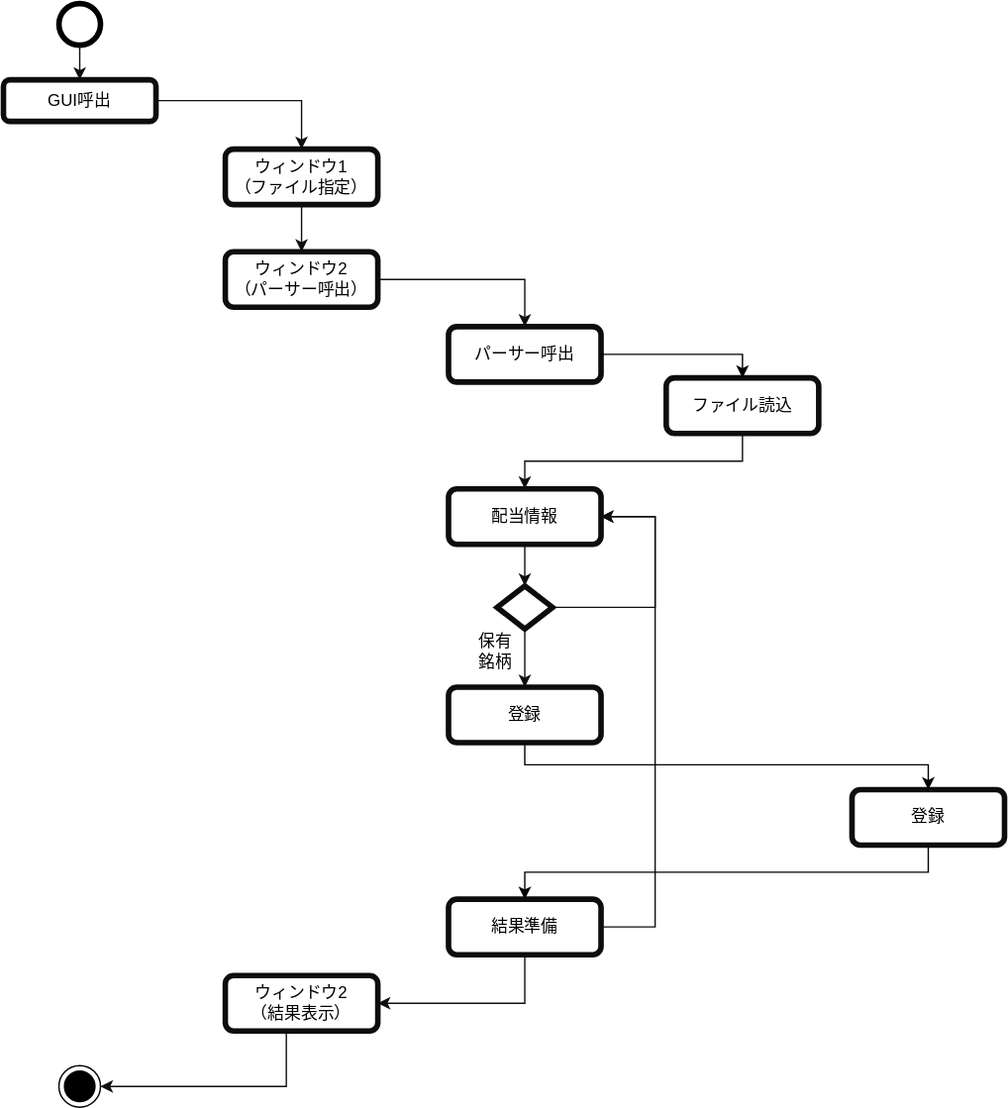
Earlier version of the draw.io export client/docs/activity.drawio.svg (of3jlmssoo/djangorest-simple-app). Source tidied: cells renumbered, new cells last; positions are measured from the earlier drawing's top-left corner, leaving out a move shared by most shapes.
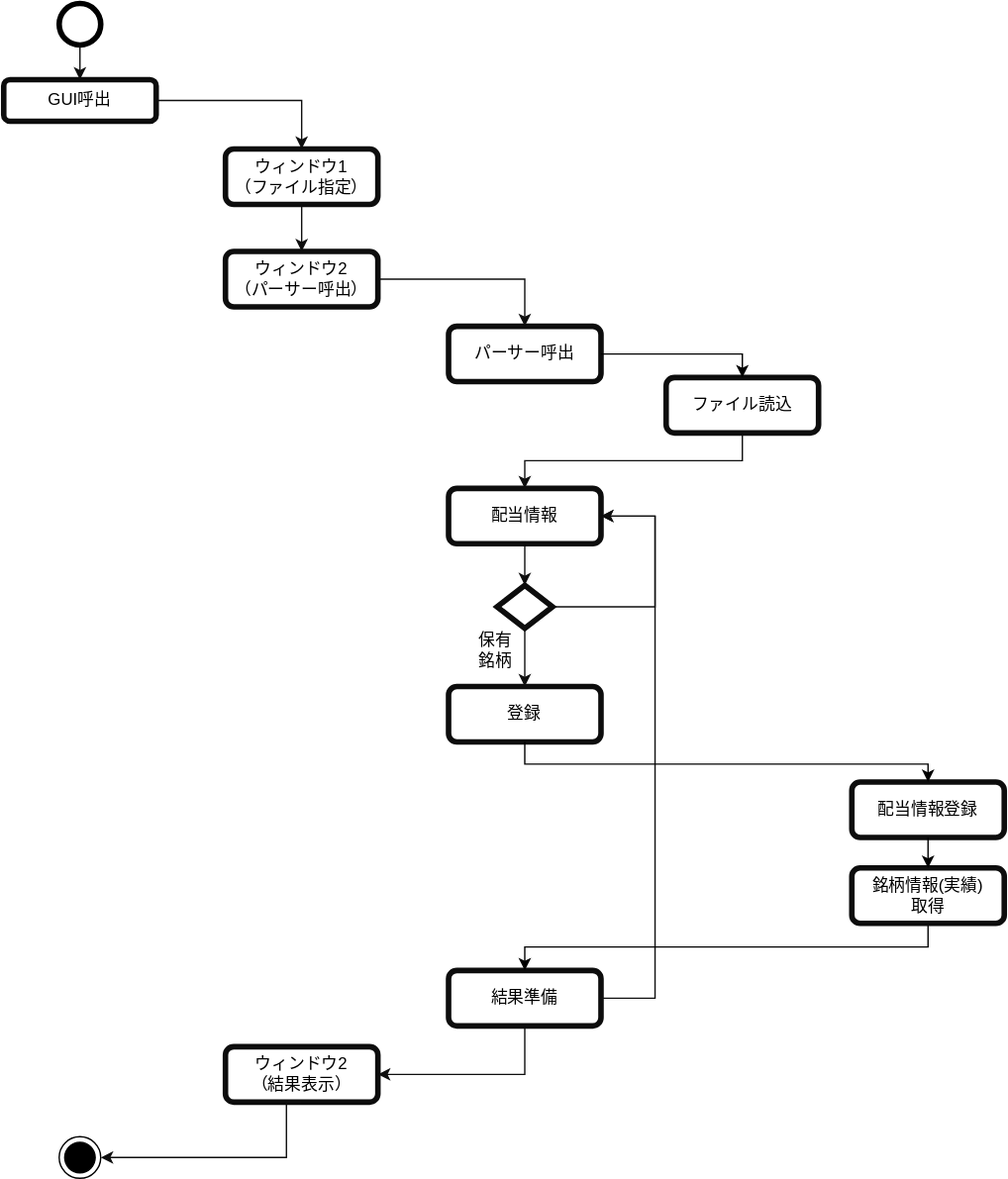
The same file after the commit.

Diff of the diagram source:
```diff
@@ -60,25 +60,25 @@
       </mxGeometry>
     </mxCell>
     <mxCell id="18" value="結果準備" style="rounded=1;whiteSpace=wrap;html=1;strokeColor=#0D0D0D;strokeWidth=4;fillColor=none;fontColor=#000000;" parent="1" vertex="1">
-      <mxGeometry x="321" y="646" width="110" height="40" as="geometry" />
+      <mxGeometry x="321" y="698" width="110" height="40" as="geometry" />
     </mxCell>
     <mxCell id="19" value="ウィンドウ2&lt;br&gt;（結果表示）" style="rounded=1;whiteSpace=wrap;html=1;strokeColor=#0D0D0D;strokeWidth=4;fillColor=none;fontColor=#000000;" parent="1" vertex="1">
-      <mxGeometry x="160" y="701" width="110" height="40" as="geometry" />
+      <mxGeometry x="160" y="753" width="110" height="40" as="geometry" />
     </mxCell>
     <mxCell id="20" style="edgeStyle=orthogonalEdgeStyle;rounded=0;jettySize=auto;html=1;fontColor=#000000;strokeColor=#0F0F0F;exitX=0.5;exitY=1;exitDx=0;exitDy=0;entryX=1;entryY=0.5;entryDx=0;entryDy=0;" parent="1" edge="1" source="18" target="19">
       <mxGeometry relative="1" as="geometry">
         <Array as="points">
-          <mxPoint x="376" y="721" />
+          <mxPoint x="376" y="773" />
         </Array>
       </mxGeometry>
     </mxCell>
     <mxCell id="21" style="ellipse;html=1;shape=endState;fillColor=#000000;strokeColor=#000000;fontColor=#000000;" parent="1" vertex="1">
-      <mxGeometry x="40" y="766" width="30" height="30" as="geometry" />
+      <mxGeometry x="40" y="818" width="30" height="30" as="geometry" />
     </mxCell>
     <mxCell id="22" style="edgeStyle=orthogonalEdgeStyle;rounded=0;jettySize=auto;html=1;fontColor=#000000;strokeColor=#0F0F0F;exitX=0.5;exitY=1;exitDx=0;exitDy=0;entryX=1;entryY=0.5;entryDx=0;entryDy=0;" parent="1" edge="1" source="19" target="21">
       <mxGeometry relative="1" as="geometry">
         <Array as="points">
-          <mxPoint x="204" y="781" />
+          <mxPoint x="204" y="833" />
         </Array>
       </mxGeometry>
     </mxCell>
@@ -88,13 +88,13 @@
     <mxCell id="24" value="登録" style="rounded=1;whiteSpace=wrap;html=1;strokeColor=#0D0D0D;strokeWidth=4;fillColor=none;fontColor=#000000;" parent="1" vertex="1">
       <mxGeometry x="321" y="493" width="110" height="40" as="geometry" />
     </mxCell>
-    <mxCell id="25" value="登録" style="rounded=1;whiteSpace=wrap;html=1;strokeColor=#0D0D0D;strokeWidth=4;fillColor=none;fontColor=#000000;" parent="1" vertex="1">
-      <mxGeometry x="612" y="567" width="110" height="40" as="geometry" />
+    <mxCell id="25" value="配当情報登録" style="rounded=1;whiteSpace=wrap;html=1;strokeColor=#0D0D0D;strokeWidth=4;fillColor=none;fontColor=#000000;" parent="1" vertex="1">
+      <mxGeometry x="612" y="562" width="110" height="40" as="geometry" />
     </mxCell>
     <mxCell id="26" style="endArrow=classic;html=1;fontColor=#000000;strokeColor=#0F0F0F;edgeStyle=orthogonalEdgeStyle;rounded=0;entryX=1;entryY=0.5;entryDx=0;entryDy=0;exitX=1;exitY=0.5;exitDx=0;exitDy=0;" parent="1" edge="1" source="18" target="14">
       <mxGeometry relative="1" as="geometry">
         <Array as="points">
-          <mxPoint x="470" y="666" />
+          <mxPoint x="470" y="718" />
           <mxPoint x="470" y="370" />
         </Array>
       </mxGeometry>
@@ -107,11 +107,17 @@
         </Array>
       </mxGeometry>
     </mxCell>
-    <mxCell id="28" style="endArrow=none;html=1;strokeColor=#000000;exitX=0.5;exitY=0;exitDx=0;exitDy=0;entryX=0.5;entryY=1;entryDx=0;entryDy=0;edgeStyle=orthogonalEdgeStyle;rounded=0;endFill=0;startArrow=classic;startFill=1;" parent="1" edge="1" source="18" target="25">
+    <mxCell id="28" style="endArrow=none;html=1;strokeColor=#000000;exitX=0.5;exitY=0;exitDx=0;exitDy=0;entryX=0.5;entryY=1;entryDx=0;entryDy=0;edgeStyle=orthogonalEdgeStyle;rounded=0;endFill=0;startArrow=classic;startFill=1;" parent="1" edge="1" source="18" target="30">
       <mxGeometry relative="1" as="geometry" />
     </mxCell>
     <mxCell id="29" style="endArrow=classic;html=1;strokeColor=#000000;entryX=0.5;entryY=0;entryDx=0;entryDy=0;exitX=1;exitY=0.5;exitDx=0;exitDy=0;edgeStyle=orthogonalEdgeStyle;rounded=0;endFill=1;" parent="1" edge="1" source="23" target="12">
       <mxGeometry relative="1" as="geometry" />
     </mxCell>
+    <mxCell id="30" value="銘柄情報(実績)&lt;br&gt;取得" style="rounded=1;whiteSpace=wrap;html=1;strokeColor=#0D0D0D;strokeWidth=4;fillColor=none;fontColor=#000000;" parent="1" vertex="1">
+      <mxGeometry x="612" y="624" width="110" height="40" as="geometry" />
+    </mxCell>
+    <mxCell id="31" style="endArrow=none;html=1;entryX=0.5;entryY=1;entryDx=0;entryDy=0;exitX=0.5;exitY=0;exitDx=0;exitDy=0;strokeColor=#000000;endFill=0;startArrow=classic;startFill=1;" parent="1" edge="1" source="30" target="25">
+      <mxGeometry relative="1" as="geometry" />
+    </mxCell>
   </root>
 </mxGraphModel>
```
